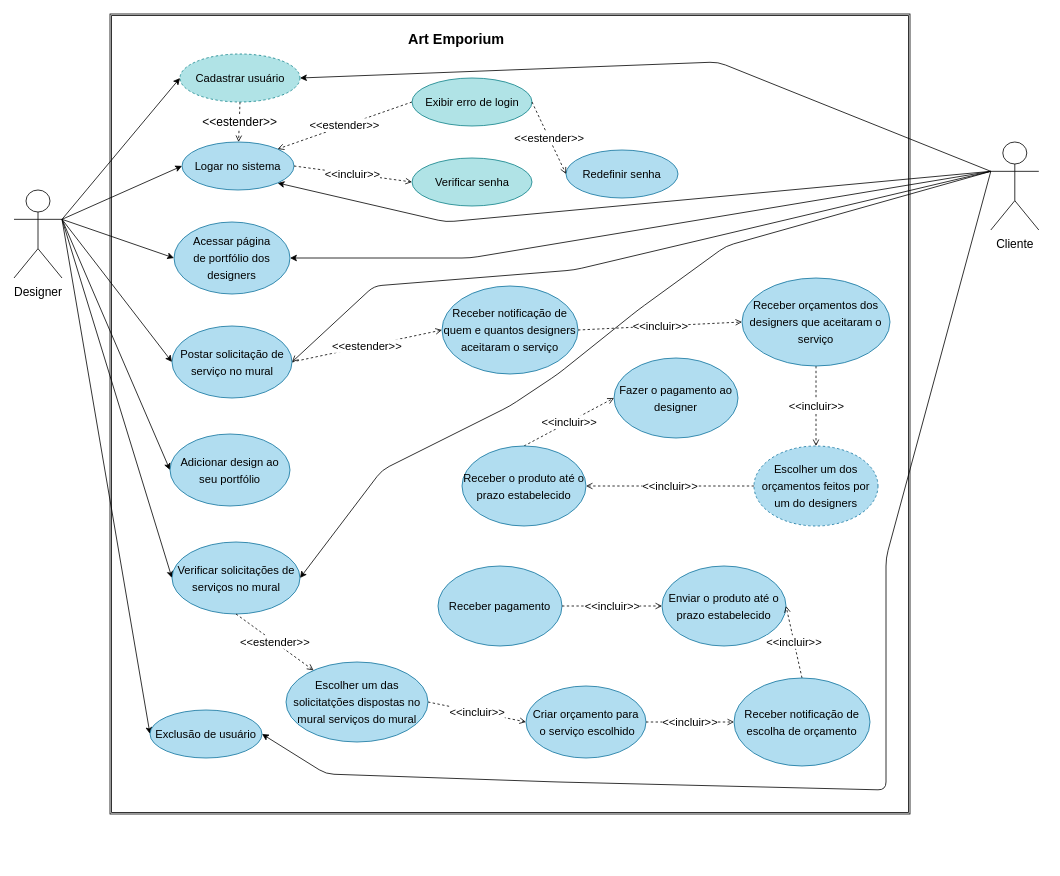
Above: Docs/caso _de_uso.drawio in Clara-ang/Art_Emporium2 (draw.io), before the change. Source tidied: cells renumbered, new cells numbered last; positions are measured from the earlier drawing's top-left corner, leaving out a move shared by most shapes. Both pictures are drawn from the tidied source at 80%, with x=0, y=0 at pixel (14, 14).
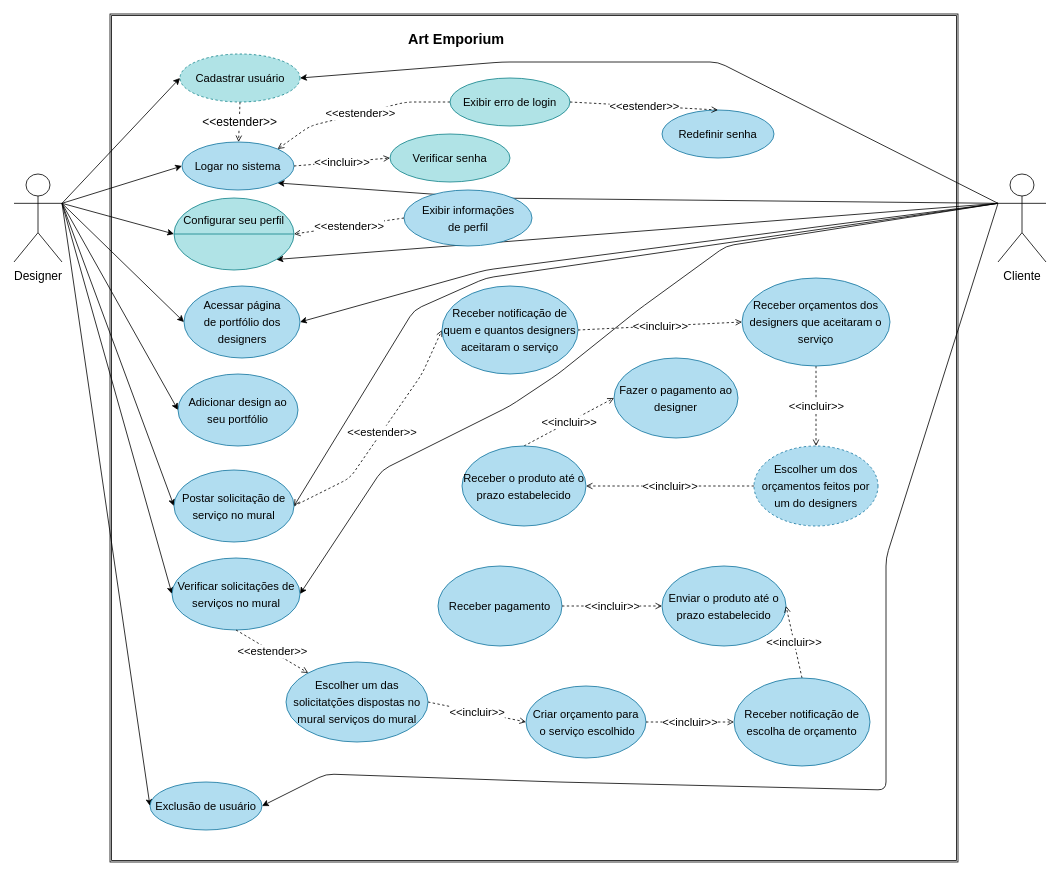
The same diagram, later.

The change refers to these unchanged cells:
```xml
<mxCell id="10" value="&lt;font style=&quot;font-size: 14px&quot; color=&quot;#000000&quot;&gt;Logar no sistema&lt;/font&gt;" style="ellipse;whiteSpace=wrap;html=1;fontSize=18;fillColor=#b1ddf0;strokeColor=#10739e;" parent="1" vertex="1">
  <mxGeometry x="210" y="160" width="140" height="60" as="geometry" />
</mxCell>
<mxCell id="13" value="&lt;font color=&quot;#000000&quot; style=&quot;font-size: 14px&quot;&gt;Cadastrar usuário&lt;/font&gt;" style="ellipse;whiteSpace=wrap;html=1;fontSize=15;fillColor=#b0e3e6;strokeColor=#0e8088;dashed=1;" parent="1" vertex="1">
  <mxGeometry x="207.5" y="50" width="150" height="60" as="geometry" />
</mxCell>
<mxCell id="42" value="&lt;font color=&quot;#000000&quot;&gt;&lt;span style=&quot;font-size: 14px&quot;&gt;Receber notificação de quem e quantos designers aceitaram o serviço&lt;/span&gt;&lt;/font&gt;" style="ellipse;whiteSpace=wrap;html=1;fontSize=18;fillColor=#b1ddf0;strokeColor=#10739e;" parent="1" vertex="1">
  <mxGeometry x="535" y="340" width="170" height="110" as="geometry" />
</mxCell>
```

What changed in the source:
```diff
@@
     <mxCell id="2" style="shape=ext;double=1;whiteSpace=wrap;html=1;" parent="1" vertex="1">
-      <mxGeometry x="120" width="1000" height="1000" as="geometry" />
+      <mxGeometry x="120" width="1060" height="1060" as="geometry" />
     </mxCell>
@@
     <mxCell id="4" style="edgeStyle=none;html=1;exitX=0;exitY=0.3333333333333333;exitDx=0;exitDy=0;exitPerimeter=0;entryX=1;entryY=1;entryDx=0;entryDy=0;fontSize=14;" parent="1" edge="1" source="9" target="10">
       <mxGeometry relative="1" as="geometry">
         <Array as="points">
-          <mxPoint x="540" y="260" />
+          <mxPoint x="590" y="230" />
         </Array>
       </mxGeometry>
     </mxCell>
     <mxCell id="5" style="edgeStyle=none;html=1;exitX=0;exitY=0.3333333333333333;exitDx=0;exitDy=0;exitPerimeter=0;entryX=1;entryY=0.5;entryDx=0;entryDy=0;fontSize=14;" parent="1" edge="1" source="9" target="22">
       <mxGeometry relative="1" as="geometry">
         <Array as="points">
-          <mxPoint x="570" y="305" />
+          <mxPoint x="590" y="320" />
         </Array>
       </mxGeometry>
     </mxCell>
     <mxCell id="6" style="edgeStyle=none;html=1;exitX=0;exitY=0.3333333333333333;exitDx=0;exitDy=0;exitPerimeter=0;entryX=1;entryY=0.5;entryDx=0;entryDy=0;fontSize=14;endArrow=open;endFill=0;strokeWidth=1;" parent="1" edge="1" source="9" target="26">
       <mxGeometry relative="1" as="geometry">
         <Array as="points">
-          <mxPoint x="700" y="320" />
-          <mxPoint x="450" y="340" />
+          <mxPoint x="590" y="330" />
+          <mxPoint x="500" y="370" />
         </Array>
       </mxGeometry>
     </mxCell>
@@
+    <mxCell id="53" style="edgeStyle=none;html=1;exitX=0;exitY=0.3333333333333333;exitDx=0;exitDy=0;exitPerimeter=0;fontSize=14;endArrow=classic;endFill=1;strokeWidth=1;entryX=1;entryY=1;entryDx=0;entryDy=0;" parent="1" edge="1" source="9" target="57">
+      <mxGeometry relative="1" as="geometry" />
+    </mxCell>
     <mxCell id="9" value="&lt;span style=&quot;font-size: 15px&quot;&gt;Cliente&lt;/span&gt;" style="shape=umlActor;verticalLabelPosition=bottom;verticalAlign=top;html=1;outlineConnect=0;fontSize=18;" parent="1" vertex="1">
-      <mxGeometry x="1221" y="160" width="60" height="110" as="geometry" />
+      <mxGeometry x="1230" y="200" width="60" height="110" as="geometry" />
     </mxCell>
@@
+    <mxCell id="54" style="edgeStyle=none;html=1;exitX=1;exitY=0.3333333333333333;exitDx=0;exitDy=0;exitPerimeter=0;entryX=0;entryY=0.5;entryDx=0;entryDy=0;fontSize=14;endArrow=classic;endFill=1;strokeWidth=1;" parent="1" edge="1" source="21" target="57">
+      <mxGeometry relative="1" as="geometry" />
+    </mxCell>
     <mxCell id="21" value="&lt;span style=&quot;font-size: 15px&quot;&gt;Designer&lt;/span&gt;" style="shape=umlActor;verticalLabelPosition=bottom;verticalAlign=top;html=1;outlineConnect=0;fontSize=18;" parent="1" vertex="1">
-      <mxGeometry y="220" width="60" height="110" as="geometry" />
+      <mxGeometry y="200" width="60" height="110" as="geometry" />
     </mxCell>
     <mxCell id="22" value="&lt;font color=&quot;#000000&quot; style=&quot;font-size: 14px&quot;&gt;&lt;span style=&quot;line-height: 1.2&quot;&gt;Acessar página&lt;br&gt;de portfólio dos designers&lt;/span&gt;&lt;/font&gt;" style="ellipse;whiteSpace=wrap;html=1;fontSize=18;fillColor=#b1ddf0;strokeColor=#10739e;" parent="1" vertex="1">
-      <mxGeometry x="200" y="260" width="145" height="90" as="geometry" />
+      <mxGeometry x="212.5" y="340" width="145" height="90" as="geometry" />
     </mxCell>
     <mxCell id="23" value="&lt;font color=&quot;#000000&quot; style=&quot;font-size: 14px&quot;&gt;Redefinir senha&lt;/font&gt;" style="ellipse;whiteSpace=wrap;html=1;fontSize=18;fillColor=#b1ddf0;strokeColor=#10739e;" parent="1" vertex="1">
-      <mxGeometry x="690" y="170" width="140" height="60" as="geometry" />
+      <mxGeometry x="810" y="120" width="140" height="60" as="geometry" />
     </mxCell>
     <mxCell id="24" value="&lt;font color=&quot;#000000&quot; style=&quot;font-size: 14px&quot;&gt;Exclusão de usuário&lt;/font&gt;" style="ellipse;whiteSpace=wrap;html=1;fontSize=18;fillColor=#b1ddf0;strokeColor=#10739e;" parent="1" vertex="1">
-      <mxGeometry x="170" y="870" width="140" height="60" as="geometry" />
+      <mxGeometry x="170" y="960" width="140" height="60" as="geometry" />
     </mxCell>
     <mxCell id="25" value="&amp;lt;&amp;lt;estender&amp;gt;&amp;gt;" style="edgeStyle=none;html=1;exitX=1;exitY=0.5;exitDx=0;exitDy=0;entryX=0;entryY=0.5;entryDx=0;entryDy=0;dashed=1;fontSize=14;endArrow=open;endFill=0;strokeWidth=1;" parent="1" edge="1" source="26" target="42">
-      <mxGeometry relative="1" as="geometry" />
+      <mxGeometry relative="1" as="geometry">
+        <Array as="points">
+          <mxPoint x="420" y="580" />
+          <mxPoint x="510" y="450" />
+        </Array>
+      </mxGeometry>
     </mxCell>
     <mxCell id="26" value="&lt;font color=&quot;#000000&quot; style=&quot;font-size: 14px&quot;&gt;Postar solicitação de serviço no mural&lt;/font&gt;" style="ellipse;whiteSpace=wrap;html=1;fontSize=18;fillColor=#b1ddf0;strokeColor=#10739e;" parent="1" vertex="1">
-      <mxGeometry x="197.5" y="390" width="150" height="90" as="geometry" />
+      <mxGeometry x="200" y="570" width="150" height="90" as="geometry" />
     </mxCell>
     <mxCell id="27" value="&amp;lt;&amp;lt;estender&amp;gt;&amp;gt;" style="edgeStyle=none;html=1;exitX=0;exitY=0.5;exitDx=0;exitDy=0;entryX=1;entryY=0;entryDx=0;entryDy=0;dashed=1;fontSize=14;endArrow=open;endFill=0;strokeWidth=1;" parent="1" edge="1" source="28" target="10">
-      <mxGeometry relative="1" as="geometry" />
+      <mxGeometry relative="1" as="geometry">
+        <Array as="points">
+          <mxPoint x="490" y="110" />
+          <mxPoint x="370" y="140" />
+        </Array>
+      </mxGeometry>
     </mxCell>
     <mxCell id="28" value="&lt;font color=&quot;#000000&quot; style=&quot;font-size: 14px&quot;&gt;Exibir erro de login&lt;/font&gt;" style="ellipse;whiteSpace=wrap;html=1;fontSize=15;fillColor=#b0e3e6;strokeColor=#0e8088;" parent="1" vertex="1">
-      <mxGeometry x="497.5" y="80" width="150" height="60" as="geometry" />
+      <mxGeometry x="545" y="80" width="150" height="60" as="geometry" />
     </mxCell>
     <mxCell id="29" value="&lt;font color=&quot;#000000&quot; style=&quot;font-size: 14px&quot;&gt;Verificar senha&lt;/font&gt;" style="ellipse;whiteSpace=wrap;html=1;fontSize=15;fillColor=#b0e3e6;strokeColor=#0e8088;" parent="1" vertex="1">
-      <mxGeometry x="497.5" y="180" width="150" height="60" as="geometry" />
+      <mxGeometry x="470" y="150" width="150" height="60" as="geometry" />
     </mxCell>
     <mxCell id="30" value="&lt;font color=&quot;#000000&quot; style=&quot;font-size: 14px&quot;&gt;Adicionar design ao seu portfólio&lt;/font&gt;" style="ellipse;whiteSpace=wrap;html=1;fontSize=18;fillColor=#b1ddf0;strokeColor=#10739e;" parent="1" vertex="1">
-      <mxGeometry x="195" y="525" width="150" height="90" as="geometry" />
+      <mxGeometry x="205" y="450" width="150" height="90" as="geometry" />
     </mxCell>
     <mxCell id="31" value="&lt;font color=&quot;#000000&quot; style=&quot;font-size: 14px&quot;&gt;Verificar solicitações de serviços no mural&lt;/font&gt;" style="ellipse;whiteSpace=wrap;html=1;fontSize=18;fillColor=#b1ddf0;strokeColor=#10739e;" parent="1" vertex="1">
-      <mxGeometry x="197.5" y="660" width="160" height="90" as="geometry" />
+      <mxGeometry x="197.5" y="680" width="160" height="90" as="geometry" />
     </mxCell>
@@
-    <mxCell id="38" value="&amp;lt;&amp;lt;estender&amp;gt;&amp;gt;" style="edgeStyle=none;html=1;exitX=1;exitY=0.5;exitDx=0;exitDy=0;entryX=0;entryY=0.5;entryDx=0;entryDy=0;dashed=1;fontSize=14;endArrow=open;endFill=0;strokeWidth=1;" parent="1" edge="1" source="28" target="23">
+    <mxCell id="38" value="&amp;lt;&amp;lt;estender&amp;gt;&amp;gt;" style="edgeStyle=none;html=1;exitX=1;exitY=0.5;exitDx=0;exitDy=0;entryX=0.5;entryY=0;entryDx=0;entryDy=0;dashed=1;fontSize=14;endArrow=open;endFill=0;strokeWidth=1;" parent="1" edge="1" source="28" target="23">
       <mxGeometry relative="1" as="geometry" />
     </mxCell>
@@
     <mxCell id="52" style="edgeStyle=none;html=1;entryX=1;entryY=0.5;entryDx=0;entryDy=0;fontSize=14;exitX=0;exitY=0.3333333333333333;exitDx=0;exitDy=0;exitPerimeter=0;" parent="1" edge="1" source="9" target="13">
       <mxGeometry relative="1" as="geometry">
         <Array as="points">
           <mxPoint x="880" y="60" />
+          <mxPoint x="610" y="60" />
         </Array>
       </mxGeometry>
     </mxCell>
+    <mxCell id="55" value="&lt;font color=&quot;#000000&quot; style=&quot;font-size: 14px&quot;&gt;&lt;span style=&quot;line-height: 1.2&quot;&gt;Exibir informações&lt;br&gt;de perfil&lt;br&gt;&lt;/span&gt;&lt;/font&gt;" style="ellipse;whiteSpace=wrap;html=1;fontSize=18;fillColor=#b1ddf0;strokeColor=#10739e;" parent="1" vertex="1">
+      <mxGeometry x="487.5" y="220" width="160" height="70" as="geometry" />
+    </mxCell>
+    <mxCell id="56" value="&amp;lt;&amp;lt;estender&amp;gt;&amp;gt;" style="edgeStyle=none;html=1;entryX=1;entryY=0.5;entryDx=0;entryDy=0;fontSize=14;endArrow=open;endFill=0;strokeWidth=1;dashed=1;exitX=0;exitY=0.5;exitDx=0;exitDy=0;" parent="1" edge="1" source="55" target="57">
+      <mxGeometry relative="1" as="geometry" />
+    </mxCell>
+    <mxCell id="57" value="&lt;font color=&quot;#000000&quot;&gt;Configurar seu perfil&lt;br&gt;&lt;br&gt;&lt;br&gt;&lt;/font&gt;" style="shape=lineEllipse;perimeter=ellipsePerimeter;whiteSpace=wrap;html=1;backgroundOutline=1;fontSize=14;strokeColor=#0e8088;fillColor=#b0e3e6;" parent="1" vertex="1">
+      <mxGeometry x="200" y="230" width="150" height="90" as="geometry" />
+    </mxCell>
```
